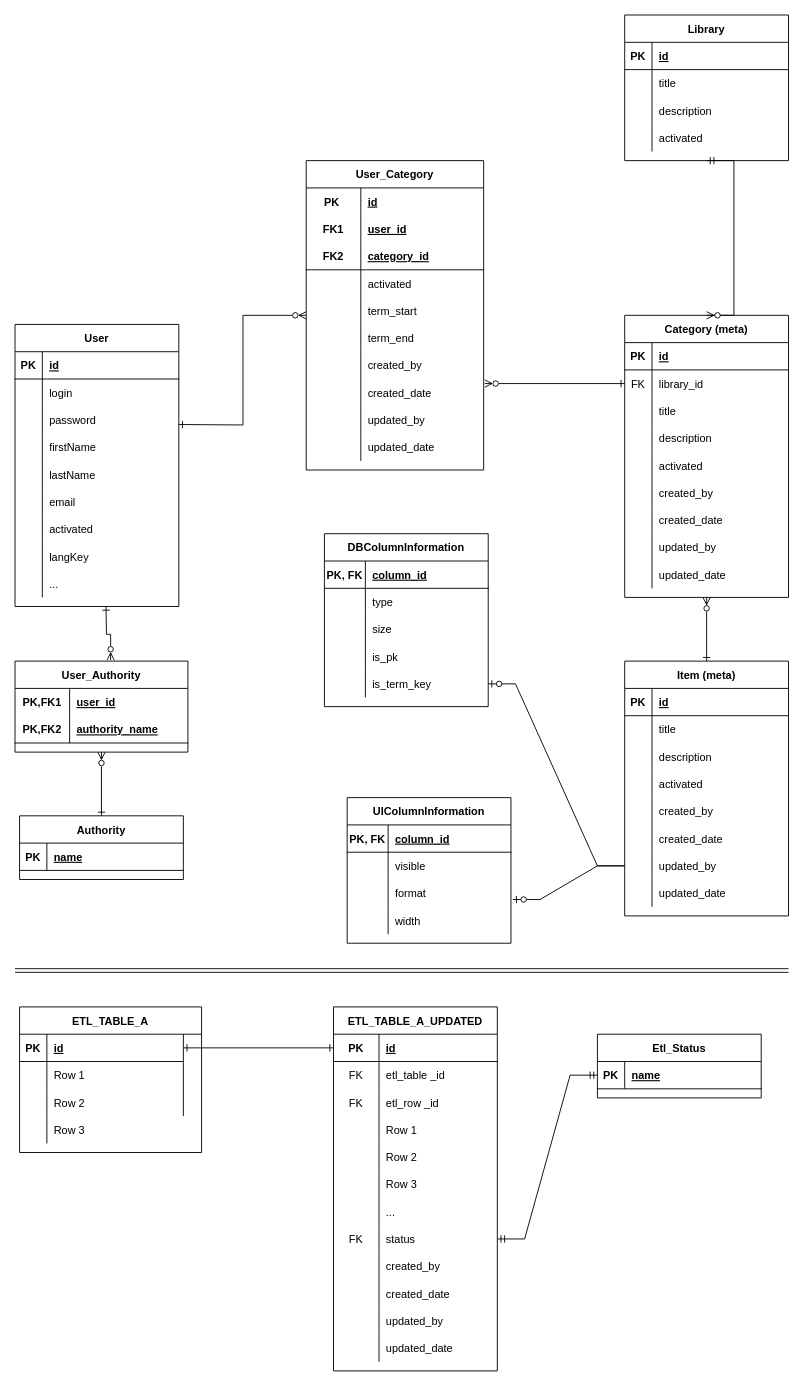
This is document/erd.drawio from hsquare-analytics/cancer-library, a draw.io file, before an edit. Source tidied: cells renumbered, new cells numbered last; positions are measured from the earlier drawing's top-left corner, leaving out a move shared by most shapes. Both pictures are drawn from the tidied source at 91%, with x=0, y=0 at pixel (15, 15).
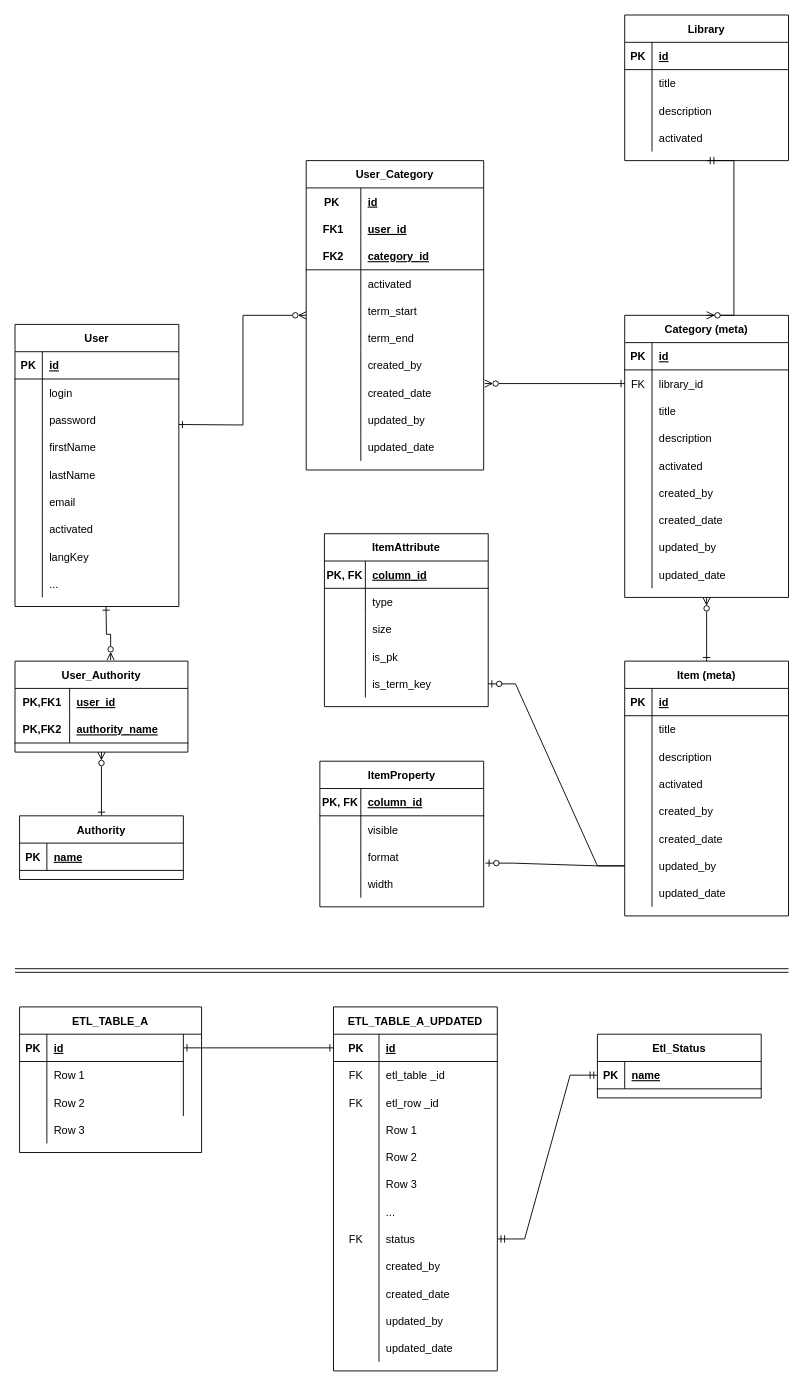
The same diagram, later.

Diff of the diagram source:
```diff
@@
-    <mxCell id="187" value="DBColumnInformation" style="shape=table;startSize=30;childLayout=tableLayout;rowLines=0;fontStyle=1;align=center;fillColor=none;" parent="1" vertex="1">
+    <mxCell id="187" value="ItemAttribute" style="shape=table;startSize=30;childLayout=tableLayout;rowLines=0;fontStyle=1;align=center;fillColor=none;" parent="1" vertex="1">
       <mxGeometry x="340" y="570" width="180" height="190" as="geometry" />
     </mxCell>
@@
-    <mxCell id="204" value="UIColumnInformation" style="shape=table;startSize=30;childLayout=tableLayout;rowLines=0;fontStyle=1;align=center;fillColor=none;" parent="1" vertex="1">
-      <mxGeometry x="365" y="860" width="180" height="160" as="geometry" />
+    <mxCell id="204" value="ItemProperty" style="shape=table;startSize=30;childLayout=tableLayout;rowLines=0;fontStyle=1;align=center;fillColor=none;" parent="1" vertex="1">
+      <mxGeometry x="335" y="820" width="180" height="160" as="geometry" />
     </mxCell>
```
